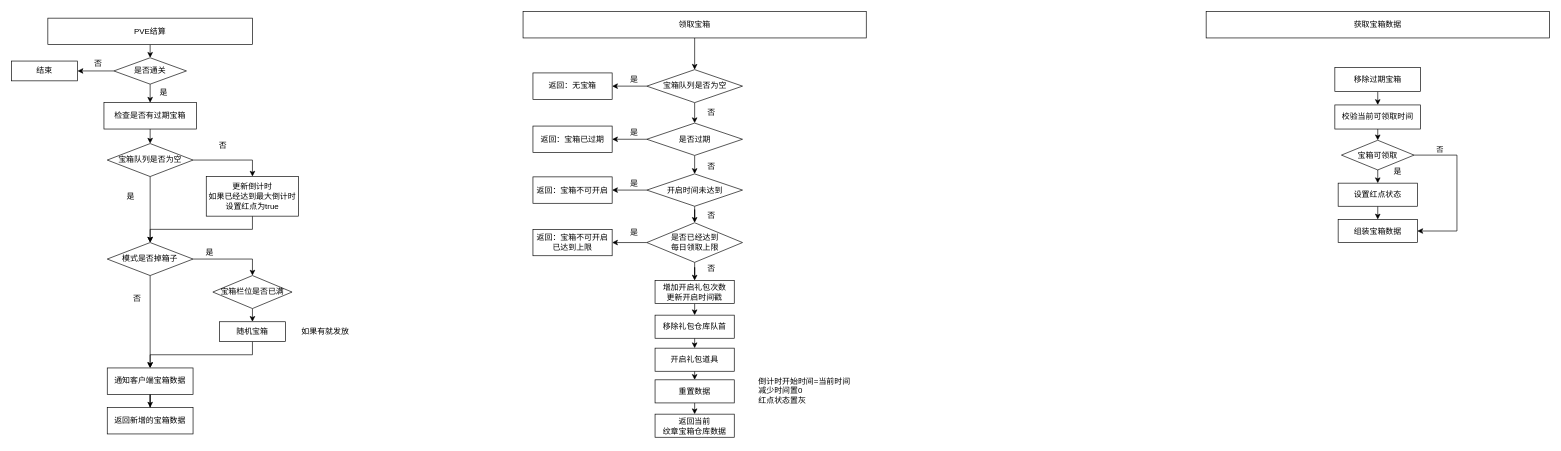
Ordertiny/graph keeps this draw.io diagram as SSJJ2/SS2星耀纹章.drawio. Above is the earlier version. Source tidied: cells renumbered, new cells numbered last; positions are measured from the earlier drawing's top-left corner, leaving out a move shared by most shapes. Both pictures are drawn from the tidied source at 66%, with x=0, y=0 at pixel (11, 11).
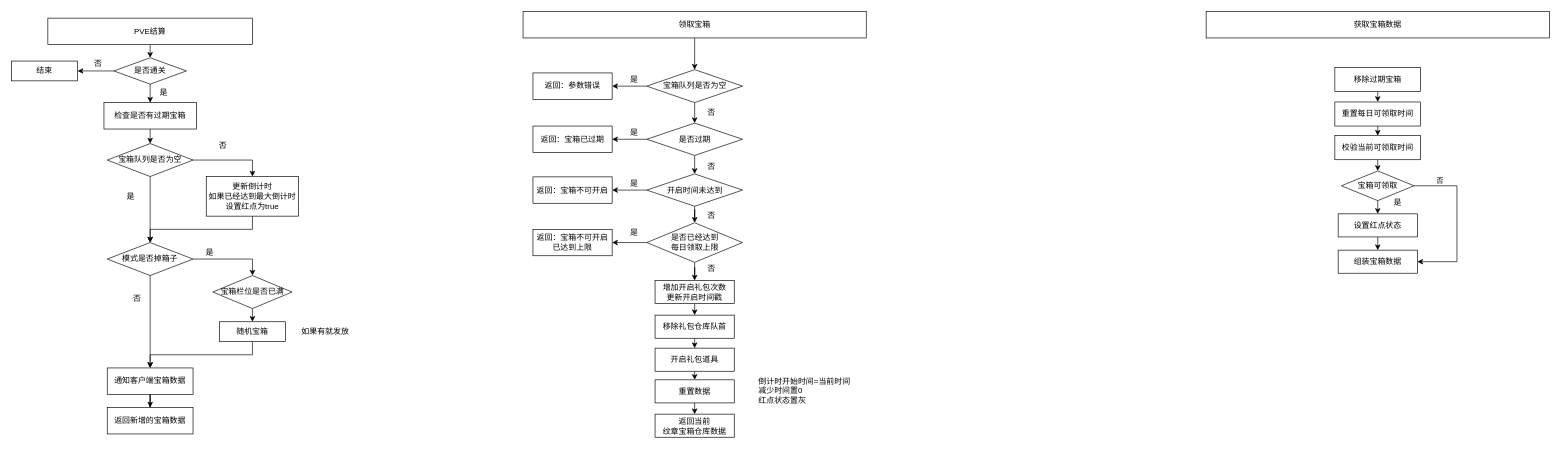
Above is the later version.

Commit message:
更新SS2星耀纹章.drawio

The change refers to these unchanged cells:
```xml
<mxCell id="71" value="移除过期宝箱" style="rounded=0;whiteSpace=wrap;html=1;" parent="1" vertex="1">
  <mxGeometry x="2005" y="84.8" width="130" height="36.5" as="geometry" />
</mxCell>
```

Change to the diagram source:
```diff
@@
-    <mxCell id="38" value="返回：无宝箱" style="rounded=0;whiteSpace=wrap;html=1;" parent="1" vertex="1">
+    <mxCell id="38" value="返回：参数错误" style="rounded=0;whiteSpace=wrap;html=1;" parent="1" vertex="1">
       <mxGeometry x="790" y="93" width="120" height="40" as="geometry" />
     </mxCell>
@@
-    <mxCell id="70" style="edgeStyle=orthogonalEdgeStyle;rounded=0;jettySize=auto;html=1;exitX=0.5;exitY=1;exitDx=0;exitDy=0;entryX=0.5;entryY=0;entryDx=0;entryDy=0;" parent="1" edge="1" source="71" target="73">
-      <mxGeometry relative="1" as="geometry" />
-    </mxCell>
+    <mxCell id="82" style="edgeStyle=orthogonalEdgeStyle;rounded=0;jettySize=auto;html=1;exitX=0.5;exitY=1;exitDx=0;exitDy=0;entryX=0.5;entryY=0;entryDx=0;entryDy=0;" parent="1" edge="1" source="71" target="84">
+      <mxGeometry relative="1" as="geometry" />
+    </mxCell>
@@
     <mxCell id="73" value="校验当前可领取时间" style="rounded=0;whiteSpace=wrap;html=1;" parent="1" vertex="1">
-      <mxGeometry x="2005" y="141.5" width="130" height="36.5" as="geometry" />
+      <mxGeometry x="2005" y="188" width="130" height="36.5" as="geometry" />
     </mxCell>
     <mxCell id="74" style="edgeStyle=orthogonalEdgeStyle;rounded=0;jettySize=auto;html=1;exitX=0.5;exitY=1;exitDx=0;exitDy=0;entryX=0.5;entryY=0;entryDx=0;entryDy=0;" parent="1" edge="1" target="79">
       <mxGeometry relative="1" as="geometry">
-        <mxPoint x="2070" y="225" as="sourcePoint" />
+        <mxPoint x="2070" y="271.5" as="sourcePoint" />
       </mxGeometry>
     </mxCell>
     <mxCell id="75" style="edgeStyle=orthogonalEdgeStyle;rounded=0;jettySize=auto;html=1;exitX=1;exitY=0.5;exitDx=0;exitDy=0;entryX=1;entryY=0.5;entryDx=0;entryDy=0;" parent="1" edge="1" source="77" target="80">
       <mxGeometry relative="1" as="geometry">
         <Array as="points">
-          <mxPoint x="2190" y="218" />
-          <mxPoint x="2190" y="333" />
+          <mxPoint x="2190" y="264.5" />
+          <mxPoint x="2190" y="379.5" />
         </Array>
       </mxGeometry>
     </mxCell>
@@
     <mxCell id="77" value="宝箱可领取" style="rhombus;whiteSpace=wrap;html=1;" parent="1" vertex="1">
-      <mxGeometry x="2015" y="195" width="110" height="45" as="geometry" />
+      <mxGeometry x="2015" y="241.5" width="110" height="45" as="geometry" />
     </mxCell>
@@
     <mxCell id="79" value="设置红点状态" style="rounded=0;whiteSpace=wrap;html=1;" parent="1" vertex="1">
-      <mxGeometry x="2010" y="260" width="120" height="35" as="geometry" />
+      <mxGeometry x="2010" y="306.5" width="120" height="35" as="geometry" />
     </mxCell>
     <mxCell id="80" value="组装宝箱数据" style="rounded=0;whiteSpace=wrap;html=1;" parent="1" vertex="1">
-      <mxGeometry x="2010" y="315" width="120" height="35" as="geometry" />
+      <mxGeometry x="2010" y="361.5" width="120" height="35" as="geometry" />
     </mxCell>
     <mxCell id="81" value="是" style="text;html=1;align=center;verticalAlign=middle;strokeColor=none;fillColor=none;" parent="1" vertex="1">
-      <mxGeometry x="2080" y="228" width="40" height="30" as="geometry" />
+      <mxGeometry x="2080" y="274.5" width="40" height="30" as="geometry" />
     </mxCell>
+    <mxCell id="83" style="edgeStyle=orthogonalEdgeStyle;rounded=0;jettySize=auto;html=1;exitX=0.5;exitY=1;exitDx=0;exitDy=0;entryX=0.5;entryY=0;entryDx=0;entryDy=0;" parent="1" edge="1" source="84" target="73">
+      <mxGeometry relative="1" as="geometry" />
+    </mxCell>
+    <mxCell id="84" value="重置每日可领取时间" style="rounded=0;whiteSpace=wrap;html=1;" parent="1" vertex="1">
+      <mxGeometry x="2005" y="137" width="130" height="36.5" as="geometry" />
+    </mxCell>
```
